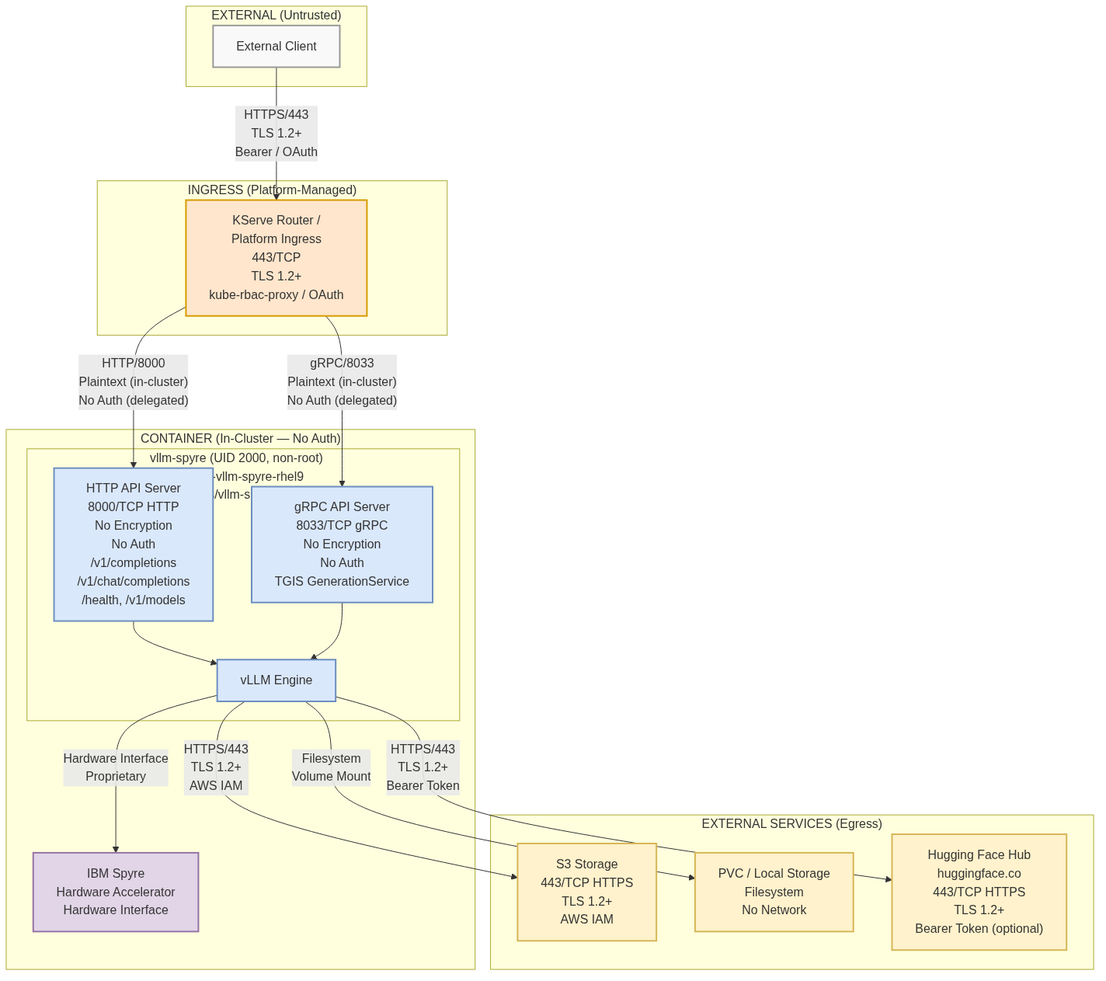
This is architecture/rhoai.next/diagrams/vllm-spyre-security-network.png from rhuss/architecture-context, a Mermaid export, as it was before one commit. Its source is kept beside it as architecture/rhoai.next/diagrams/vllm-spyre-security-network.mmd.
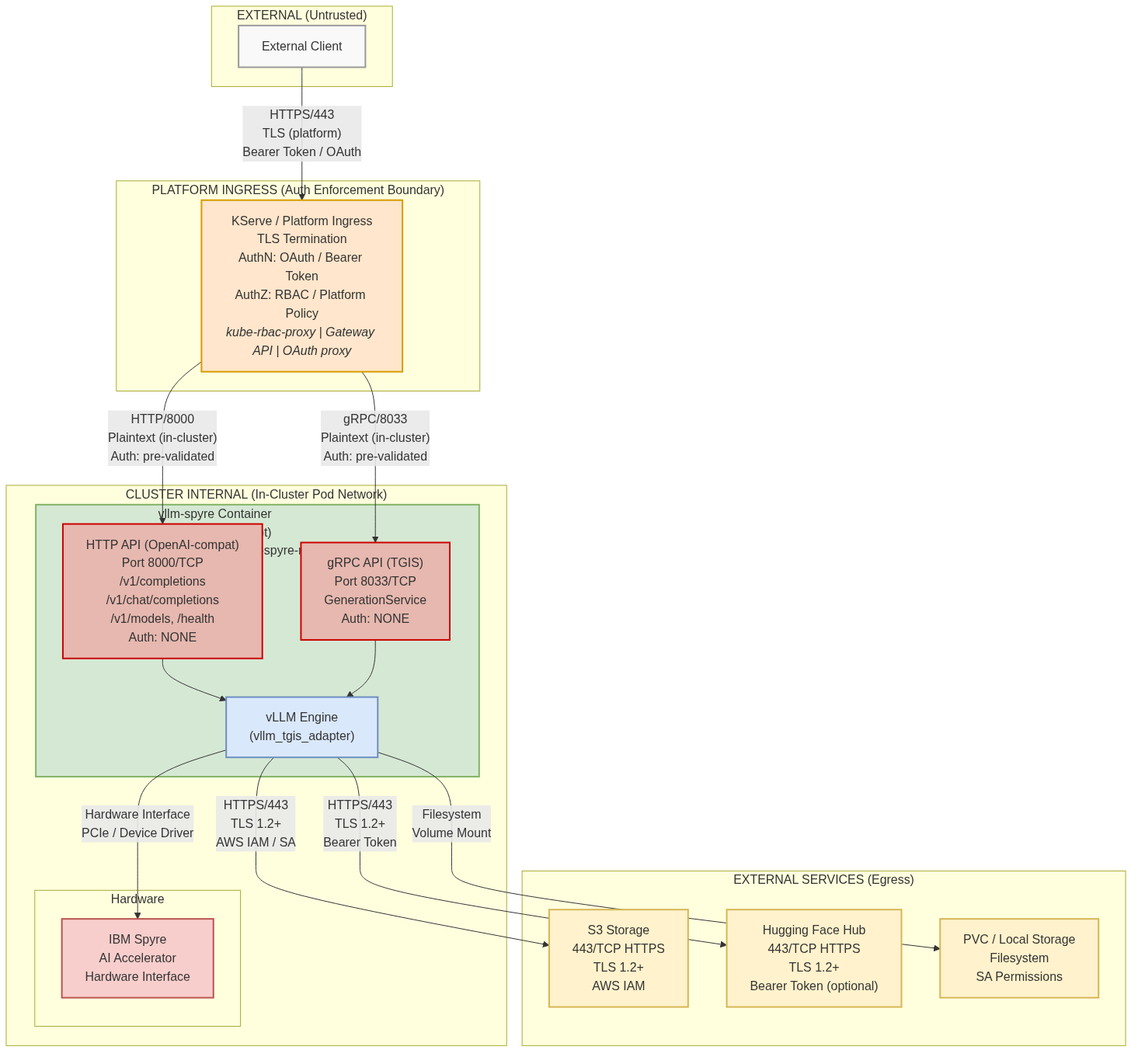
The same diagram one commit later.

What changed in the source:
```diff
@@ -3,46 +3,55 @@
         Client["External Client"]
     end
 
-    subgraph Ingress["INGRESS (Platform-Managed)"]
-        KServeRouter["KServe Router /<br/>Platform Ingress<br/>443/TCP<br/>TLS 1.2+<br/>kube-rbac-proxy / OAuth"]
+    subgraph PlatformIngress["PLATFORM INGRESS (Auth Enforcement Boundary)"]
+        Ingress["KServe / Platform Ingress<br/>TLS Termination<br/>AuthN: OAuth / Bearer Token<br/>AuthZ: RBAC / Platform Policy<br/><i>kube-rbac-proxy | Gateway API | OAuth proxy</i>"]
     end
 
-    subgraph Container["CONTAINER (In-Cluster — No Auth)"]
+    subgraph ClusterInternal["CLUSTER INTERNAL (In-Cluster Pod Network)"]
         direction TB
 
-        subgraph VllmSpyre["vllm-spyre (UID 2000, non-root)<br/>Image: odh-vllm-spyre-rhel9<br/>Base: rhaiis/vllm-spyre-rhel9:3.2.2"]
-            HTTPApi["HTTP API Server<br/>8000/TCP HTTP<br/>No Encryption<br/>No Auth<br/>/v1/completions<br/>/v1/chat/completions<br/>/health, /v1/models"]
-            GRPCApi["gRPC API Server<br/>8033/TCP gRPC<br/>No Encryption<br/>No Auth<br/>TGIS GenerationService"]
-            VLLMEngine["vLLM Engine"]
+        subgraph VllmPod["vllm-spyre Container<br/>UID: 2000 (non-root)<br/>Base: RHAIIS vllm-spyre-rhel9:3.2.2"]
+            HTTPApi["HTTP API (OpenAI-compat)<br/>Port 8000/TCP<br/>/v1/completions<br/>/v1/chat/completions<br/>/v1/models, /health<br/>Auth: NONE"]
+            GRPCApi["gRPC API (TGIS)<br/>Port 8033/TCP<br/>GenerationService<br/>Auth: NONE"]
+            VllmEngine["vLLM Engine<br/>(vllm_tgis_adapter)"]
+            HTTPApi --> VllmEngine
+            GRPCApi --> VllmEngine
         end
 
-        SpyreHW["IBM Spyre<br/>Hardware Accelerator<br/>Hardware Interface"]
+        subgraph HW["Hardware"]
+            Spyre["IBM Spyre<br/>AI Accelerator<br/>Hardware Interface"]
+        end
     end
 
-    subgraph ExternalServices["EXTERNAL SERVICES (Egress)"]
+    subgraph EgressTargets["EXTERNAL SERVICES (Egress)"]
         S3["S3 Storage<br/>443/TCP HTTPS<br/>TLS 1.2+<br/>AWS IAM"]
-        PVC["PVC / Local Storage<br/>Filesystem<br/>No Network"]
-        HFHub["Hugging Face Hub<br/>huggingface.co<br/>443/TCP HTTPS<br/>TLS 1.2+<br/>Bearer Token (optional)"]
+        HF["Hugging Face Hub<br/>443/TCP HTTPS<br/>TLS 1.2+<br/>Bearer Token (optional)"]
+        PVC["PVC / Local Storage<br/>Filesystem<br/>SA Permissions"]
     end
 
-    Client -->|"HTTPS/443<br/>TLS 1.2+<br/>Bearer / OAuth"| KServeRouter
-    KServeRouter -->|"HTTP/8000<br/>Plaintext (in-cluster)<br/>No Auth (delegated)"| HTTPApi
-    KServeRouter -->|"gRPC/8033<br/>Plaintext (in-cluster)<br/>No Auth (delegated)"| GRPCApi
-    HTTPApi --> VLLMEngine
-    GRPCApi --> VLLMEngine
-    VLLMEngine -->|"Hardware Interface<br/>Proprietary"| SpyreHW
-    VLLMEngine -->|"HTTPS/443<br/>TLS 1.2+<br/>AWS IAM"| S3
-    VLLMEngine -->|"Filesystem<br/>Volume Mount"| PVC
-    VLLMEngine -->|"HTTPS/443<br/>TLS 1.2+<br/>Bearer Token"| HFHub
+    Client -->|"HTTPS/443<br/>TLS (platform)<br/>Bearer Token / OAuth"| Ingress
+
+    Ingress -->|"HTTP/8000<br/>Plaintext (in-cluster)<br/>Auth: pre-validated"| HTTPApi
+    Ingress -->|"gRPC/8033<br/>Plaintext (in-cluster)<br/>Auth: pre-validated"| GRPCApi
+
+    VllmEngine -->|"Hardware Interface<br/>PCIe / Device Driver"| Spyre
+
+    VllmEngine -->|"HTTPS/443<br/>TLS 1.2+<br/>AWS IAM / SA"| S3
+    VllmEngine -->|"HTTPS/443<br/>TLS 1.2+<br/>Bearer Token"| HF
+    VllmEngine -->|"Filesystem<br/>Volume Mount"| PVC
 
     classDef external fill:#f9f9f9,stroke:#999,stroke-width:2px
     classDef ingress fill:#ffe6cc,stroke:#d79b00,stroke-width:2px
+    classDef internal fill:#d5e8d4,stroke:#82b366,stroke-width:2px
     classDef container fill:#dae8fc,stroke:#6c8ebf,stroke-width:2px
-    classDef hardware fill:#e1d5e7,stroke:#9673a6,stroke-width:2px
-    classDef externalservice fill:#fff2cc,stroke:#d6b656,stroke-width:2px
+    classDef hardware fill:#f8cecc,stroke:#b85450,stroke-width:2px
+    classDef egress fill:#fff2cc,stroke:#d6b656,stroke-width:2px
+    classDef unauthPort fill:#e6b8af,stroke:#cc0000,stroke-width:2px
 
     class Client external
-    class KServeRouter ingress
-    class HTTPApi,GRPCApi,VLLMEngine container
-    class SpyreHW hardware
-    class S3,PVC,HFHub externalservice
+    class Ingress ingress
+    class VllmPod internal
+    class HTTPApi,GRPCApi unauthPort
+    class VllmEngine container
+    class Spyre hardware
+    class S3,HF,PVC egress
```
